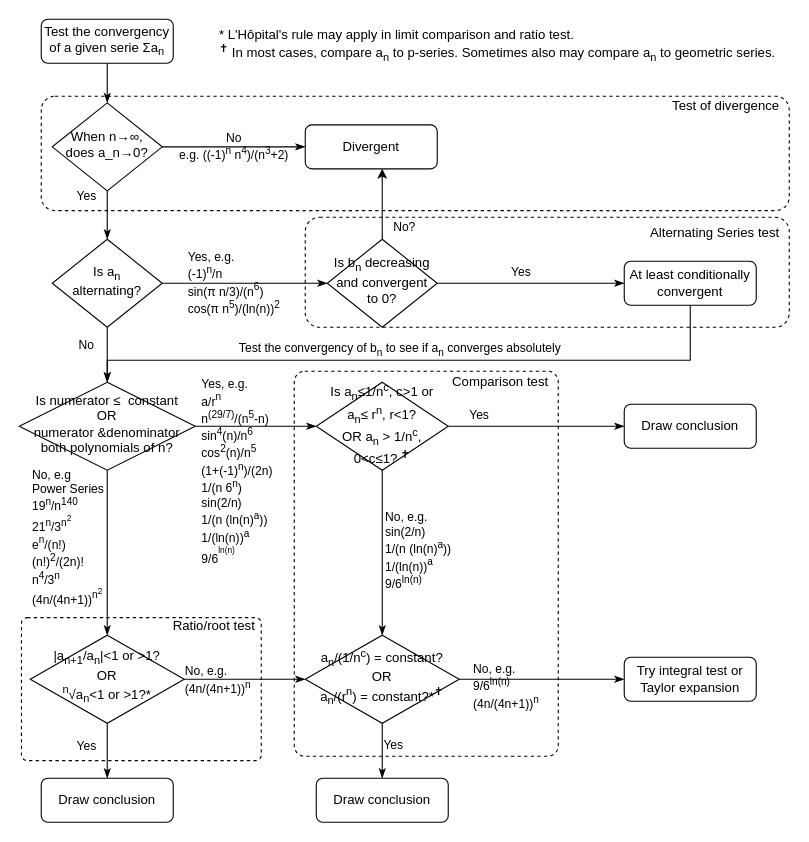
This is convergency_testings.drawio from lemonci/notes, a draw.io file, before an edit. Source tidied: cells renumbered, new cells numbered last; positions are measured from the earlier drawing's top-left corner, leaving out a move shared by most shapes. Both pictures are drawn from the tidied source at 110%, with x=0, y=0 at pixel (19, 19).
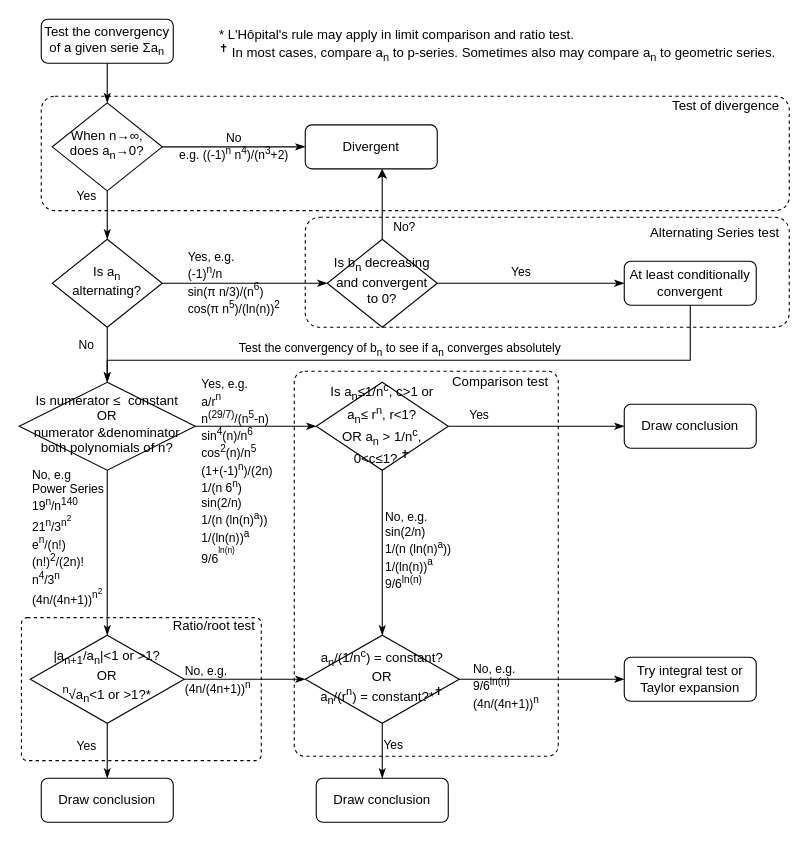
Above is the later version.

What changed in the source:
```diff
@@
-    <mxCell id="11" value="When n→∞, does a_n→0?" style="rhombus;whiteSpace=wrap;html=1;shadow=0;fontFamily=Helvetica;fontSize=12;align=center;strokeWidth=1;spacing=6;spacingTop=-4;labelBackgroundColor=none;fillColor=none;" parent="1" vertex="1">
+    <mxCell id="11" value="When n→∞, does a&lt;sub&gt;n&lt;/sub&gt;→0?" style="rhombus;whiteSpace=wrap;html=1;shadow=0;fontFamily=Helvetica;fontSize=12;align=center;strokeWidth=1;spacing=6;spacingTop=-4;labelBackgroundColor=none;fillColor=none;" parent="1" vertex="1">
       <mxGeometry x="30" y="76" width="100" height="80" as="geometry" />
     </mxCell>
```
